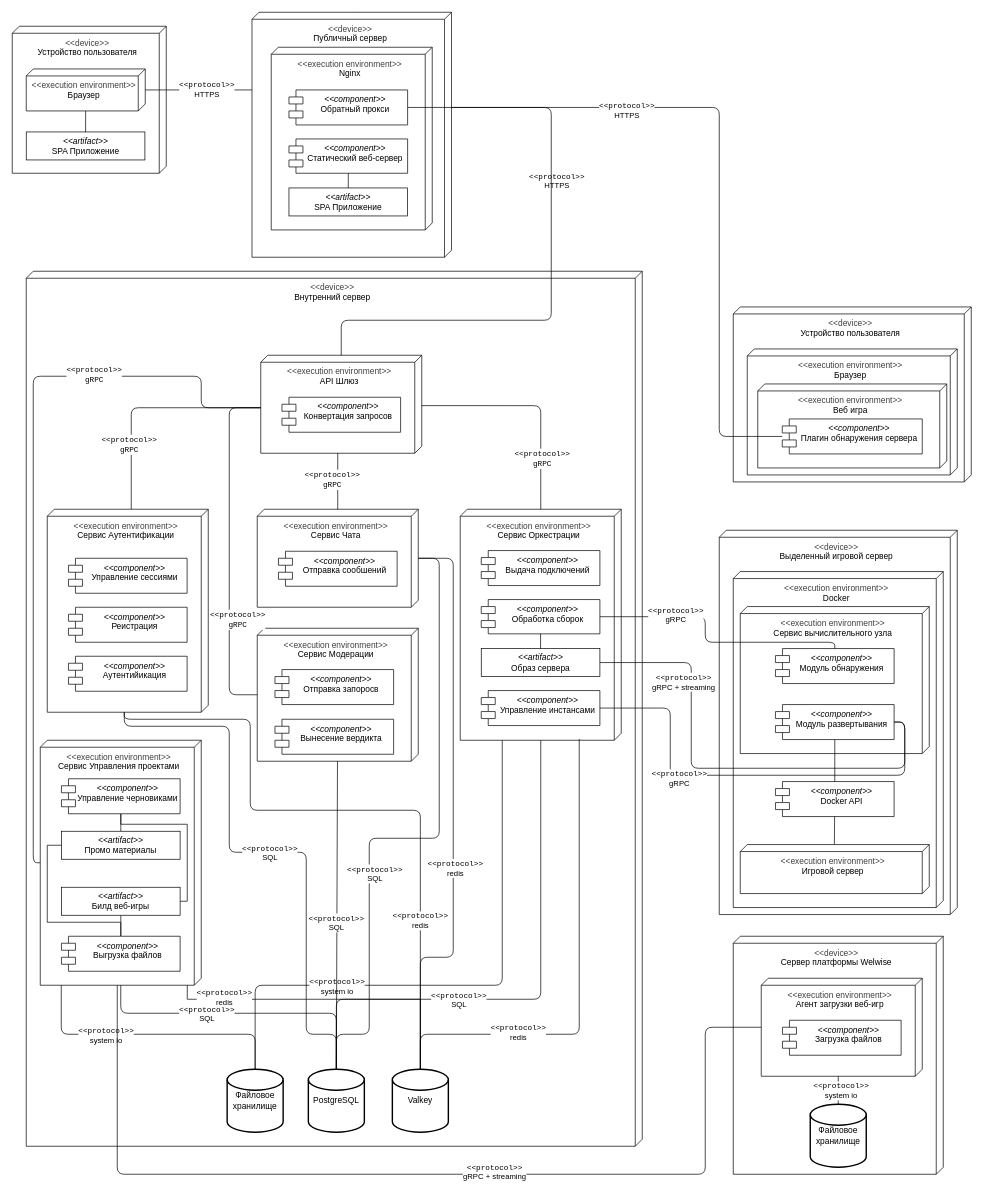
Be4Die/game-developer-hub keeps this draw.io diagram as docs/deployment-diagram.drawio. Above is the earlier version. Source tidied: cells renumbered, new cells numbered last; positions are measured from the earlier drawing's top-left corner, leaving out a move shared by most shapes. Both pictures are drawn from the tidied source at 70%, with x=0, y=0 at pixel (12, 12).
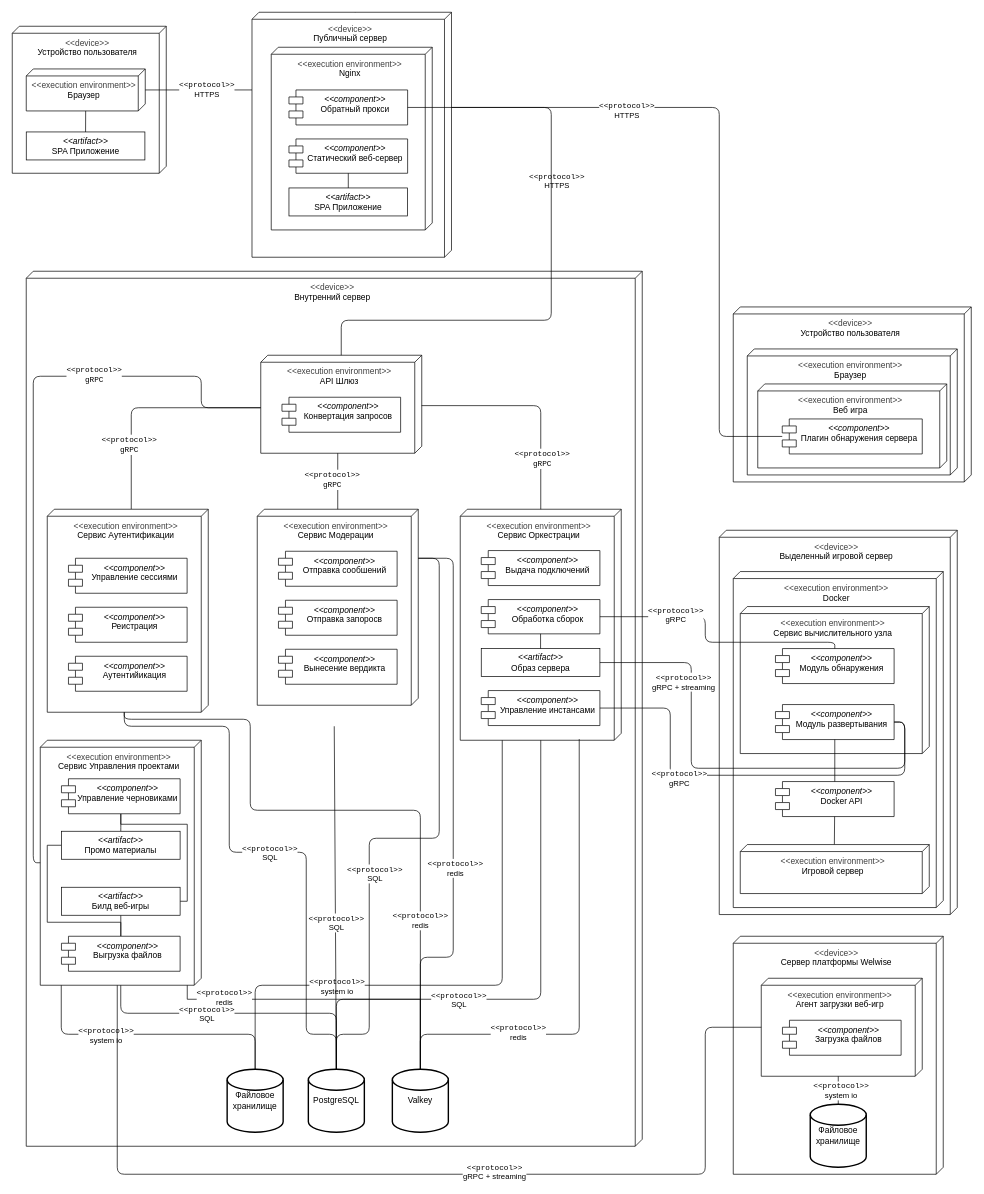
The same page after the edit.

The change refers to these unchanged cells:
```xml
<mxCell id="48" value="&lt;div style=&quot;&quot;&gt;PostgreSQL&lt;/div&gt;" style="strokeWidth=2;html=1;shape=mxgraph.flowchart.database;whiteSpace=wrap;align=center;" parent="1" vertex="1">
  <mxGeometry x="423" y="1510" width="80" height="90" as="geometry" />
</mxCell>
<mxCell id="74" value="&lt;div&gt;&lt;div style=&quot;color: rgb(63, 63, 63); scrollbar-color: rgb(226, 226, 226) rgb(251, 251, 251);&quot;&gt;&lt;span style=&quot;scrollbar-color: rgb(226, 226, 226) rgb(251, 251, 251); background-color: rgba(255, 255, 255, 0.1); color: rgb(63, 63, 63);&quot;&gt;&amp;lt;&amp;lt;execution environment&amp;gt;&amp;gt;&lt;/span&gt;&lt;/div&gt;&lt;/div&gt;API Шлюз" style="verticalAlign=top;align=center;shape=cube;size=10;direction=south;fontStyle=0;html=1;boundedLbl=1;spacingLeft=5;whiteSpace=wrap;" parent="73" vertex="1">
  <mxGeometry x="10" width="230" height="140" as="geometry" />
</mxCell>
```

Change to the diagram source:
```diff
@@
     <mxCell id="56" style="group;" parent="1" vertex="1">
-      <mxGeometry x="350" y="710" width="230" height="140" as="geometry" />
+      <mxGeometry x="350" y="710" width="230" height="310" as="geometry" />
     </mxCell>
-    <mxCell id="57" value="&lt;div&gt;&lt;div style=&quot;color: rgb(63, 63, 63); scrollbar-color: rgb(226, 226, 226) rgb(251, 251, 251);&quot;&gt;&lt;span style=&quot;scrollbar-color: rgb(226, 226, 226) rgb(251, 251, 251); background-color: rgba(255, 255, 255, 0.1); color: rgb(63, 63, 63);&quot;&gt;&amp;lt;&amp;lt;execution environment&amp;gt;&amp;gt;&lt;/span&gt;&lt;/div&gt;&lt;/div&gt;Сервис Чата" style="verticalAlign=top;align=center;shape=cube;size=10;direction=south;fontStyle=0;html=1;boundedLbl=1;spacingLeft=5;whiteSpace=wrap;" parent="56" vertex="1">
-      <mxGeometry width="230" height="140" as="geometry" />
+    <mxCell id="57" value="&lt;div&gt;&lt;div style=&quot;color: rgb(63, 63, 63); scrollbar-color: rgb(226, 226, 226) rgb(251, 251, 251);&quot;&gt;&lt;span style=&quot;scrollbar-color: rgb(226, 226, 226) rgb(251, 251, 251); background-color: rgba(255, 255, 255, 0.1); color: rgb(63, 63, 63);&quot;&gt;&amp;lt;&amp;lt;execution environment&amp;gt;&amp;gt;&lt;/span&gt;&lt;/div&gt;&lt;/div&gt;Сервис Модерации" style="verticalAlign=top;align=center;shape=cube;size=10;direction=south;fontStyle=0;html=1;boundedLbl=1;spacingLeft=5;whiteSpace=wrap;" parent="56" vertex="1">
+      <mxGeometry width="230" height="280" as="geometry" />
     </mxCell>
@@
-    <mxCell id="59" style="group;" parent="1" vertex="1">
-      <mxGeometry x="350" y="880" width="230" height="190" as="geometry" />
-    </mxCell>
-    <mxCell id="60" value="&lt;div&gt;&lt;div style=&quot;color: rgb(63, 63, 63); scrollbar-color: rgb(226, 226, 226) rgb(251, 251, 251);&quot;&gt;&lt;span style=&quot;scrollbar-color: rgb(226, 226, 226) rgb(251, 251, 251); background-color: rgba(255, 255, 255, 0.1); color: rgb(63, 63, 63);&quot;&gt;&amp;lt;&amp;lt;execution environment&amp;gt;&amp;gt;&lt;/span&gt;&lt;/div&gt;&lt;/div&gt;Сервис Модерации" style="verticalAlign=top;align=center;shape=cube;size=10;direction=south;fontStyle=0;html=1;boundedLbl=1;spacingLeft=5;whiteSpace=wrap;" parent="59" vertex="1">
-      <mxGeometry width="230" height="190" as="geometry" />
-    </mxCell>
-    <mxCell id="61" value="&lt;div&gt;&lt;font style=&quot;color: rgb(0, 0, 0);&quot;&gt;&lt;i&gt;&amp;lt;&amp;lt;component&amp;gt;&amp;gt;&lt;/i&gt;&lt;/font&gt;&lt;/div&gt;Отправка запоросв" style="shape=module;align=left;spacingLeft=20;align=center;verticalAlign=top;whiteSpace=wrap;html=1;" parent="59" vertex="1">
-      <mxGeometry x="25.3" y="59" width="169.5" height="50" as="geometry" />
+    <mxCell id="61" value="&lt;div&gt;&lt;font style=&quot;color: rgb(0, 0, 0);&quot;&gt;&lt;i&gt;&amp;lt;&amp;lt;component&amp;gt;&amp;gt;&lt;/i&gt;&lt;/font&gt;&lt;/div&gt;Отправка запоросв" style="shape=module;align=left;spacingLeft=20;align=center;verticalAlign=top;whiteSpace=wrap;html=1;" parent="56" vertex="1">
+      <mxGeometry x="30.3" y="130" width="169.5" height="50" as="geometry" />
     </mxCell>
-    <mxCell id="62" value="&lt;div&gt;&lt;font style=&quot;color: rgb(0, 0, 0);&quot;&gt;&lt;i&gt;&amp;lt;&amp;lt;component&amp;gt;&amp;gt;&lt;/i&gt;&lt;/font&gt;&lt;/div&gt;Вынесение вердикта" style="shape=module;align=left;spacingLeft=20;align=center;verticalAlign=top;whiteSpace=wrap;html=1;" parent="59" vertex="1">
-      <mxGeometry x="25.3" y="130" width="169.5" height="50" as="geometry" />
+    <mxCell id="62" value="&lt;div&gt;&lt;font style=&quot;color: rgb(0, 0, 0);&quot;&gt;&lt;i&gt;&amp;lt;&amp;lt;component&amp;gt;&amp;gt;&lt;/i&gt;&lt;/font&gt;&lt;/div&gt;Вынесение вердикта" style="shape=module;align=left;spacingLeft=20;align=center;verticalAlign=top;whiteSpace=wrap;html=1;" parent="56" vertex="1">
+      <mxGeometry x="30.3" y="200" width="169.5" height="50" as="geometry" />
     </mxCell>
@@
-    <mxCell id="81" style="edgeStyle=orthogonalEdgeStyle;rounded=1;jettySize=auto;html=1;entryX=0;entryY=0;entryDx=74.99999999999999;entryDy=230;entryPerimeter=0;endArrow=none;endFill=0;curved=0;" parent="1" edge="1" source="60" target="74">
-      <mxGeometry relative="1" as="geometry">
-        <Array as="points">
-          <mxPoint x="310" y="975" />
-          <mxPoint x="310" y="565" />
-        </Array>
-      </mxGeometry>
-    </mxCell>
-    <mxCell id="82" value="&lt;div&gt;&lt;code class=&quot;rounded px-1.5 py-0.5 bg-surface-tertiary font-mono text-[0.9em] text-text-primary font-medium&quot;&gt;&amp;lt;&amp;lt;protocol&amp;gt;&amp;gt;&lt;/code&gt;&lt;/div&gt;&lt;div&gt;&lt;code class=&quot;rounded px-1.5 py-0.5 bg-surface-tertiary font-mono text-[0.9em] text-text-primary font-medium&quot;&gt;gRPC&lt;/code&gt;&lt;/div&gt;" style="edgeLabel;html=1;align=center;verticalAlign=middle;" parent="1" vertex="1">
-      <mxGeometry x="345" y="860" as="geometry">
-        <mxPoint x="-24" y="7" as="offset" />
-      </mxGeometry>
-    </mxCell>
@@
-    <mxCell id="91" style="rounded=1;jettySize=auto;html=1;entryX=0.5;entryY=0;entryDx=0;entryDy=0;entryPerimeter=0;endArrow=none;endFill=0;" parent="1" edge="1" source="60" target="48">
+    <mxCell id="91" style="rounded=1;jettySize=auto;html=1;entryX=0.5;entryY=0;entryDx=0;entryDy=0;entryPerimeter=0;endArrow=none;endFill=0;exitX=0;exitY=0;exitDx=310;exitDy=120;exitPerimeter=0;" parent="1" edge="1" source="57" target="48">
       <mxGeometry relative="1" as="geometry" />
     </mxCell>
```
